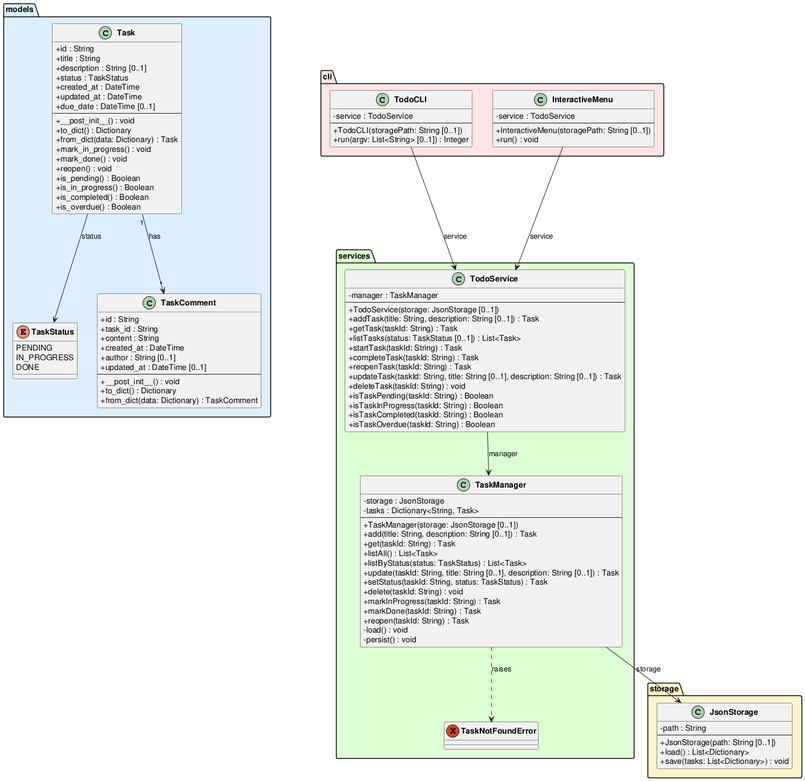
Above: experiments/broadcast/user_stories/TODO/artifacts/class_diagram.png in DanielRiha8906/Software_autoevolution_using_agents (PlantUML), before the change.
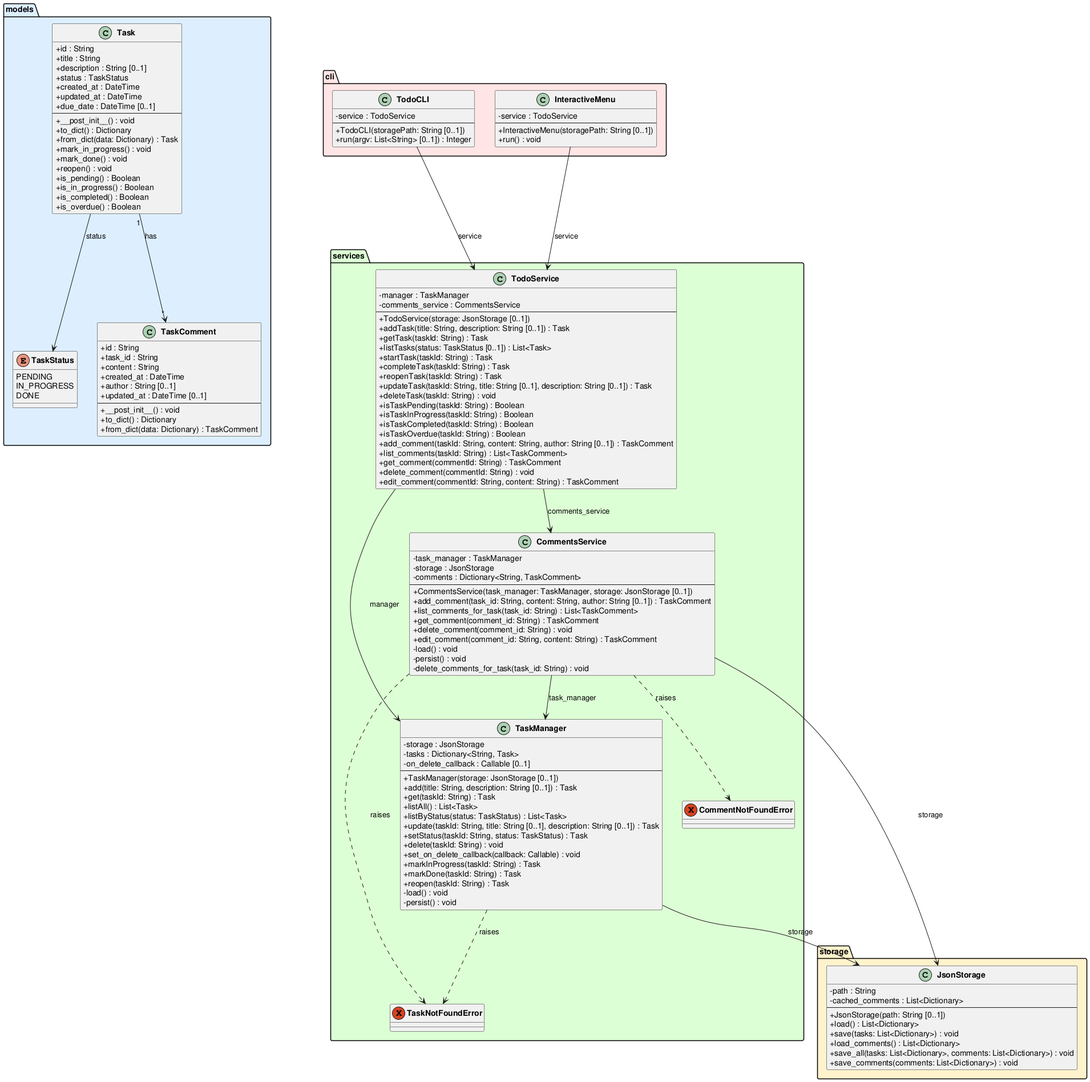
Later version of the same file.

Change to the diagram source:
```diff
@@ -50,19 +50,41 @@
 package "storage" #FFF3CC {
     class JsonStorage {
         -path : String
+        -cached_comments : List<Dictionary>
         --
         +JsonStorage(path: String [0..1])
         +load() : List<Dictionary>
         +save(tasks: List<Dictionary>) : void
+        +load_comments() : List<Dictionary>
+        +save_all(tasks: List<Dictionary>, comments: List<Dictionary>) : void
+        +save_comments(comments: List<Dictionary>) : void
     }
 }
 
 package "services" #DDFFD4 {
     exception TaskNotFoundError
+    exception CommentNotFoundError
+
+    class CommentsService {
+        -task_manager : TaskManager
+        -storage : JsonStorage
+        -comments : Dictionary<String, TaskComment>
+        --
+        +CommentsService(task_manager: TaskManager, storage: JsonStorage [0..1])
+        +add_comment(task_id: String, content: String, author: String [0..1]) : TaskComment
+        +list_comments_for_task(task_id: String) : List<TaskComment>
+        +get_comment(comment_id: String) : TaskComment
+        +delete_comment(comment_id: String) : void
+        +edit_comment(comment_id: String, content: String) : TaskComment
+        -load() : void
+        -persist() : void
+        -delete_comments_for_task(task_id: String) : void
+    }
 
     class TaskManager {
         -storage : JsonStorage
         -tasks : Dictionary<String, Task>
+        -on_delete_callback : Callable [0..1]
         --
         +TaskManager(storage: JsonStorage [0..1])
         +add(title: String, description: String [0..1]) : Task
@@ -72,6 +94,7 @@
         +update(taskId: String, title: String [0..1], description: String [0..1]) : Task
         +setStatus(taskId: String, status: TaskStatus) : Task
         +delete(taskId: String) : void
+        +set_on_delete_callback(callback: Callable) : void
         +markInProgress(taskId: String) : Task
         +markDone(taskId: String) : Task
         +reopen(taskId: String) : Task
@@ -81,6 +104,7 @@
 
     class TodoService {
         -manager : TaskManager
+        -comments_service : CommentsService
         --
         +TodoService(storage: JsonStorage [0..1])
         +addTask(title: String, description: String [0..1]) : Task
@@ -95,6 +119,11 @@
         +isTaskInProgress(taskId: String) : Boolean
         +isTaskCompleted(taskId: String) : Boolean
         +isTaskOverdue(taskId: String) : Boolean
+        +add_comment(taskId: String, content: String, author: String [0..1]) : TaskComment
+        +list_comments(taskId: String) : List<TaskComment>
+        +get_comment(commentId: String) : TaskComment
+        +delete_comment(commentId: String) : void
+        +edit_comment(commentId: String, content: String) : TaskComment
     }
 }
 
@@ -117,7 +146,12 @@
 Task --> TaskStatus : status
 TaskManager --> JsonStorage : storage
 TaskManager ..> TaskNotFoundError : raises
+CommentsService --> TaskManager : task_manager
+CommentsService --> JsonStorage : storage
+CommentsService ..> TaskNotFoundError : raises
+CommentsService ..> CommentNotFoundError : raises
 TodoService --> TaskManager : manager
+TodoService --> CommentsService : comments_service
 TodoCLI --> TodoService : service
 InteractiveMenu --> TodoService : service
 
```
